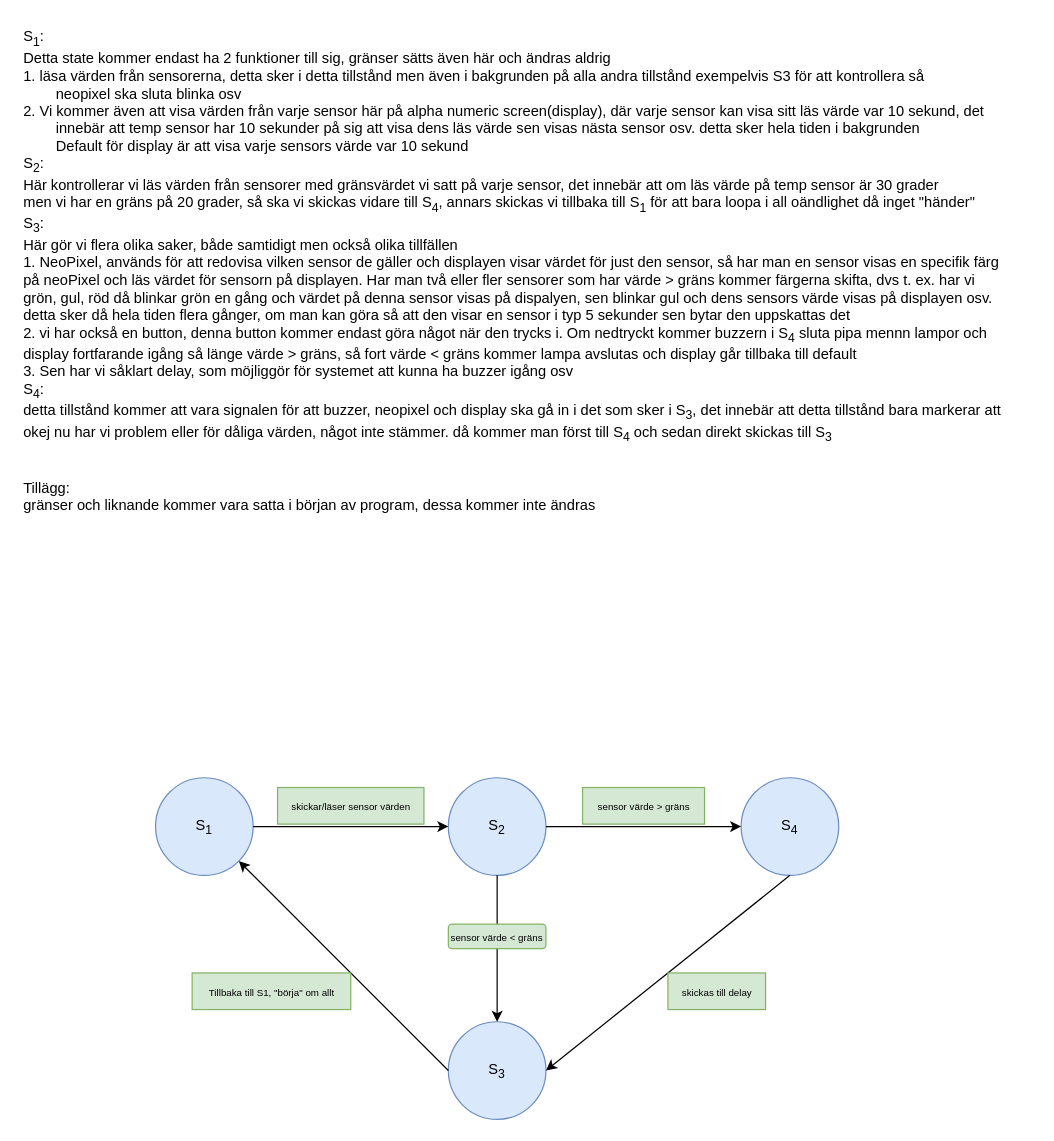
Earlier version of the draw.io diagram docs/Diagram/StateMachine/State Machine 2.0.drawio (Anton-Johannesson/ComputerScience-Project). Source tidied: cells renumbered, new cells numbered last; positions are measured from the earlier drawing's top-left corner, leaving out a move shared by most shapes. Both pictures are drawn from the tidied source at 122%, with x=0, y=0 at pixel (21, 21).
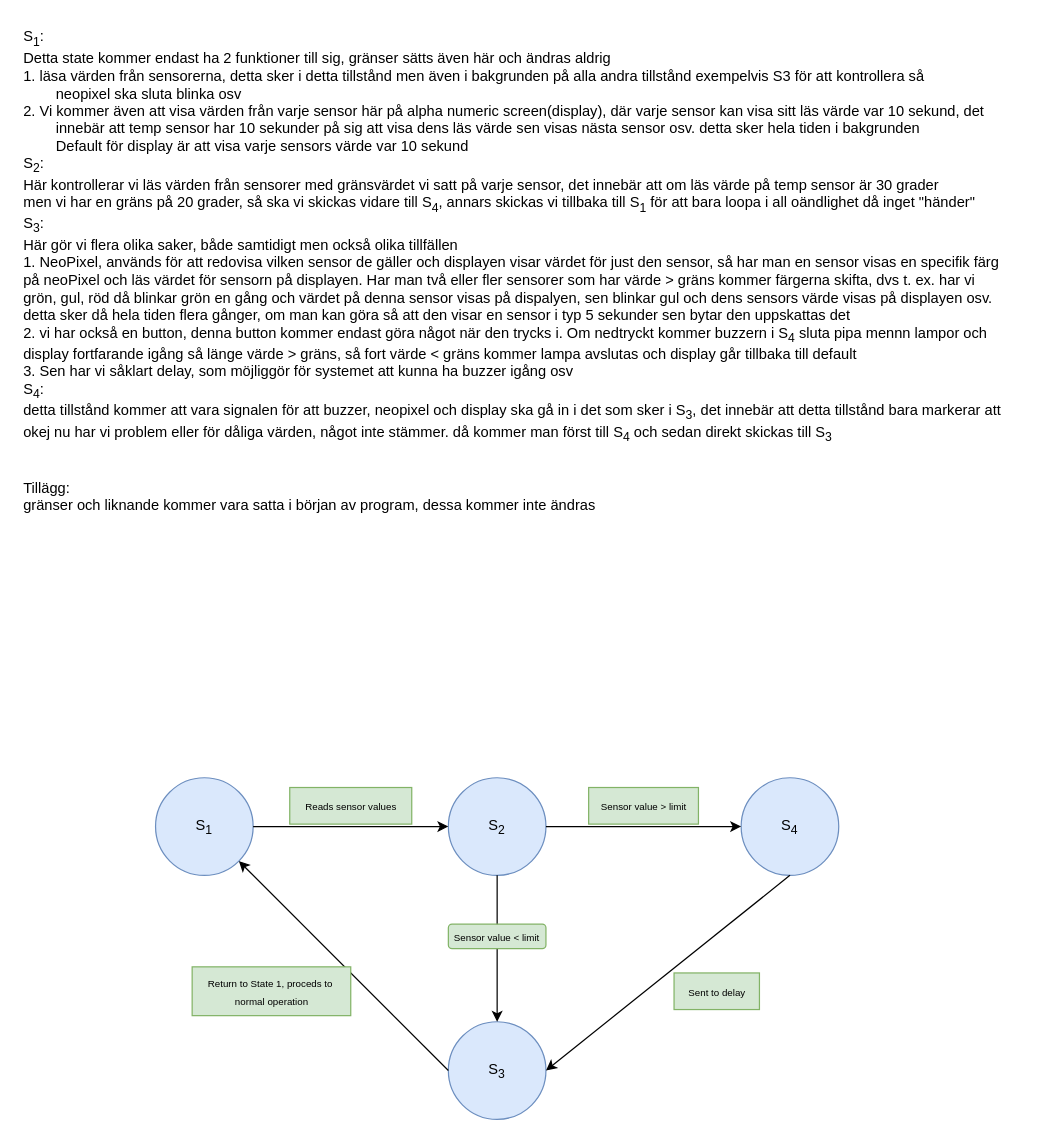
The same diagram, later.

Commit message (it also covers changes not shown here):
SVE to ENG

Diff of the diagram source:
```diff
@@
 <mxGraphModel>
   <root>
     <mxCell id="0" />
     <mxCell id="1" parent="0" />
     <mxCell id="2" value="S&lt;sub&gt;1&lt;/sub&gt;" style="ellipse;whiteSpace=wrap;html=1;fillColor=#dae8fc;strokeColor=#6c8ebf;" parent="1" vertex="1">
       <mxGeometry x="110" y="620" width="80" height="80" as="geometry" />
     </mxCell>
     <mxCell id="3" value="S&lt;sub&gt;2&lt;/sub&gt;" style="ellipse;whiteSpace=wrap;html=1;fillColor=#dae8fc;strokeColor=#6c8ebf;" parent="1" vertex="1">
       <mxGeometry x="350" y="620" width="80" height="80" as="geometry" />
     </mxCell>
     <mxCell id="4" value="S&lt;sub&gt;3&lt;/sub&gt;" style="ellipse;whiteSpace=wrap;html=1;fillColor=#dae8fc;strokeColor=#6c8ebf;" parent="1" vertex="1">
       <mxGeometry x="350" y="820" width="80" height="80" as="geometry" />
     </mxCell>
     <mxCell id="5" value="S&lt;sub&gt;4&lt;/sub&gt;" style="ellipse;whiteSpace=wrap;html=1;fillColor=#dae8fc;strokeColor=#6c8ebf;" parent="1" vertex="1">
       <mxGeometry x="590" y="620" width="80" height="80" as="geometry" />
     </mxCell>
     <mxCell id="6" style="endArrow=classic;html=1;rounded=0;exitX=1;exitY=0.5;exitDx=0;exitDy=0;entryX=0;entryY=0.5;entryDx=0;entryDy=0;" parent="1" edge="1" source="2" target="3">
       <mxGeometry relative="1" as="geometry" />
     </mxCell>
     <mxCell id="7" style="endArrow=classic;html=1;rounded=0;exitX=1;exitY=0.5;exitDx=0;exitDy=0;entryX=0;entryY=0.5;entryDx=0;entryDy=0;" parent="1" edge="1" source="3" target="5">
       <mxGeometry relative="1" as="geometry" />
     </mxCell>
     <mxCell id="8" style="endArrow=classic;html=1;rounded=0;exitX=0;exitY=0.5;exitDx=0;exitDy=0;entryX=1;entryY=1;entryDx=0;entryDy=0;" parent="1" edge="1" source="4" target="2">
       <mxGeometry relative="1" as="geometry" />
     </mxCell>
     <mxCell id="9" style="endArrow=classic;html=1;rounded=0;exitX=0.5;exitY=1;exitDx=0;exitDy=0;entryX=1;entryY=0.5;entryDx=0;entryDy=0;" parent="1" edge="1" source="5" target="4">
       <mxGeometry relative="1" as="geometry" />
     </mxCell>
     <mxCell id="10" value="S&lt;sub&gt;1&lt;/sub&gt;:&lt;div&gt;Detta state kommer endast ha 2 funktioner till sig, gränser sätts även här och ändras aldrig&lt;/div&gt;&lt;div&gt;1. läsa värden från sensorerna, detta sker i detta tillstånd men även i bakgrunden på alla andra tillstånd exempelvis S3 för att kontrollera så&lt;/div&gt;&lt;div&gt;&lt;span style=&quot;white-space: pre;&quot;&gt;&#9;&lt;/span&gt;neopixel ska sluta blinka osv&lt;br&gt;&lt;/div&gt;&lt;div&gt;2. Vi kommer även att visa värden från varje sensor här på alpha numeric screen(display), där varje sensor kan visa sitt läs värde var 10 sekund, det&amp;nbsp;&lt;/div&gt;&lt;div&gt;&lt;span style=&quot;white-space: pre;&quot;&gt;&#9;&lt;/span&gt;innebär att temp sensor har 10 sekunder på sig att visa dens läs värde sen visas nästa sensor osv. detta sker hela tiden i bakgrunden&lt;/div&gt;&lt;div&gt;&lt;span style=&quot;white-space: pre;&quot;&gt;&#9;&lt;/span&gt;Default för display är att visa varje sensors värde var 10 sekund&lt;br&gt;&lt;/div&gt;&lt;div&gt;S&lt;sub&gt;2&lt;/sub&gt;:&lt;/div&gt;&lt;div&gt;Här kontrollerar vi läs värden från sensorer med gränsvärdet vi satt på varje sensor, det innebär att om läs värde på temp sensor är 30 grader&lt;/div&gt;&lt;div&gt;men vi har en gräns på 20 grader, så ska vi skickas vidare till S&lt;sub&gt;4&lt;/sub&gt;, annars skickas vi tillbaka till S&lt;sub&gt;1&lt;/sub&gt; för att bara loopa i all oändlighet då inget &quot;händer&quot;&lt;/div&gt;&lt;div&gt;S&lt;sub&gt;3&lt;/sub&gt;:&lt;/div&gt;&lt;div&gt;Här gör vi flera olika saker, både samtidigt men också olika tillfällen&lt;/div&gt;&lt;div&gt;1. NeoPixel, används för att redovisa vilken sensor de gäller och displayen visar värdet för just den sensor, så har man en sensor visas en specifik färg&lt;/div&gt;&lt;div&gt;på neoPixel och läs värdet för sensorn på displayen. Har man två eller fler sensorer som har värde &amp;gt; gräns kommer färgerna skifta, dvs t. ex. har vi&lt;/div&gt;&lt;div&gt;grön, gul, röd då blinkar grön en gång och värdet på denna sensor visas på dispalyen, sen blinkar gul och dens sensors värde visas på displayen osv.&amp;nbsp;&lt;/div&gt;&lt;div&gt;detta sker då hela tiden flera gånger, om man kan göra så att den visar en sensor i typ 5 sekunder sen bytar den uppskattas det&lt;/div&gt;&lt;div&gt;2. vi har också en button, denna button kommer endast göra något när den trycks i. Om nedtryckt kommer buzzern i S&lt;sub&gt;4&lt;/sub&gt;&amp;nbsp;sluta pipa mennn lampor och&amp;nbsp;&lt;/div&gt;&lt;div&gt;display&amp;nbsp;&lt;span style=&quot;background-color: transparent; color: light-dark(rgb(0, 0, 0), rgb(255, 255, 255));&quot;&gt;fortfarande igång så länge värde &amp;gt; gräns, så fort värde &amp;lt; gräns kommer lampa avslutas och display går tillbaka till default&lt;/span&gt;&lt;/div&gt;&lt;div&gt;3. Sen har vi såklart delay, som möjliggör för systemet att kunna ha buzzer igång osv&amp;nbsp;&lt;/div&gt;&lt;div&gt;S&lt;sub&gt;4&lt;/sub&gt;:&lt;/div&gt;&lt;div&gt;detta tillstånd kommer att vara signalen för att buzzer, neopixel och display ska gå in i det som sker i S&lt;sub&gt;3&lt;/sub&gt;, det innebär att detta tillstånd bara markerar att&amp;nbsp;&lt;/div&gt;&lt;div&gt;okej&amp;nbsp;&lt;span style=&quot;background-color: transparent; color: light-dark(rgb(0, 0, 0), rgb(255, 255, 255));&quot;&gt;nu har vi problem eller för dåliga värden, något inte stämmer. då kommer man först till S&lt;/span&gt;&lt;sub style=&quot;background-color: transparent; color: light-dark(rgb(0, 0, 0), rgb(255, 255, 255));&quot;&gt;4&lt;/sub&gt;&lt;span style=&quot;background-color: transparent; color: light-dark(rgb(0, 0, 0), rgb(255, 255, 255));&quot;&gt; och sedan direkt skickas till S&lt;/span&gt;&lt;sub style=&quot;background-color: transparent; color: light-dark(rgb(0, 0, 0), rgb(255, 255, 255));&quot;&gt;3&lt;/sub&gt;&lt;span style=&quot;background-color: transparent; color: light-dark(rgb(0, 0, 0), rgb(255, 255, 255));&quot;&gt;&amp;nbsp;&amp;nbsp;&lt;/span&gt;&lt;/div&gt;&lt;div&gt;&lt;span style=&quot;background-color: transparent; color: light-dark(rgb(0, 0, 0), rgb(255, 255, 255));&quot;&gt;&lt;br&gt;&lt;/span&gt;&lt;/div&gt;&lt;div&gt;&lt;span style=&quot;background-color: transparent; color: light-dark(rgb(0, 0, 0), rgb(255, 255, 255));&quot;&gt;&lt;br&gt;&lt;/span&gt;&lt;/div&gt;&lt;div&gt;&lt;span style=&quot;background-color: transparent; color: light-dark(rgb(0, 0, 0), rgb(255, 255, 255));&quot;&gt;Tillägg:&lt;/span&gt;&lt;/div&gt;&lt;div&gt;gränser och liknande kommer vara satta i början av program, dessa kommer inte ändras&lt;/div&gt;" style="text;html=1;align=left;verticalAlign=middle;strokeColor=none;fillColor=none;" parent="1" vertex="1">
       <mxGeometry width="830" height="410" as="geometry" />
     </mxCell>
-    <mxCell id="11" value="&lt;font style=&quot;font-size: 8px;&quot;&gt;skickar/läser sensor värden&lt;/font&gt;" style="text;html=1;align=center;verticalAlign=middle;strokeColor=#82b366;fillColor=#d5e8d4;" parent="1" vertex="1">
-      <mxGeometry x="210" y="628" width="120" height="30" as="geometry" />
+    <mxCell id="11" value="&lt;font style=&quot;font-size: 8px;&quot;&gt;Reads sensor values&lt;/font&gt;" style="text;html=1;align=center;verticalAlign=middle;strokeColor=#82b366;fillColor=#d5e8d4;" parent="1" vertex="1">
+      <mxGeometry x="220" y="628" width="100" height="30" as="geometry" />
     </mxCell>
-    <mxCell id="12" value="&lt;font style=&quot;font-size: 8px;&quot;&gt;sensor värde &amp;gt; gräns&lt;/font&gt;" style="text;html=1;align=center;verticalAlign=middle;strokeColor=#82b366;fillColor=#d5e8d4;" parent="1" vertex="1">
-      <mxGeometry x="460" y="628" width="100" height="30" as="geometry" />
+    <mxCell id="12" value="&lt;font style=&quot;font-size: 8px;&quot;&gt;Sensor value &amp;gt; limit&lt;/font&gt;" style="text;html=1;align=center;verticalAlign=middle;strokeColor=#82b366;fillColor=#d5e8d4;" parent="1" vertex="1">
+      <mxGeometry x="465" y="628" width="90" height="30" as="geometry" />
     </mxCell>
-    <mxCell id="13" value="&lt;font style=&quot;font-size: 8px;&quot;&gt;skickas till delay&lt;/font&gt;" style="text;html=1;align=center;verticalAlign=middle;strokeColor=#82b366;fillColor=#d5e8d4;" parent="1" vertex="1">
-      <mxGeometry x="530" y="780" width="80" height="30" as="geometry" />
+    <mxCell id="13" value="&lt;font style=&quot;font-size: 8px;&quot;&gt;Sent to delay&lt;/font&gt;" style="text;html=1;align=center;verticalAlign=middle;strokeColor=#82b366;fillColor=#d5e8d4;" parent="1" vertex="1">
+      <mxGeometry x="535" y="780" width="70" height="30" as="geometry" />
     </mxCell>
-    <mxCell id="14" value="&lt;font style=&quot;font-size: 8px;&quot;&gt;Tillbaka till S1, &quot;börja&quot; om allt&lt;/font&gt;" style="text;html=1;align=center;verticalAlign=middle;strokeColor=#82b366;fillColor=#d5e8d4;" parent="1" vertex="1">
-      <mxGeometry x="140" y="780" width="130" height="30" as="geometry" />
+    <mxCell id="14" value="&lt;font style=&quot;font-size: 8px;&quot;&gt;Return to State 1, proceds to&amp;nbsp;&lt;/font&gt;&lt;div&gt;&lt;font style=&quot;font-size: 8px;&quot;&gt;normal operation&lt;/font&gt;&lt;/div&gt;" style="text;html=1;align=center;verticalAlign=middle;strokeColor=#82b366;fillColor=#d5e8d4;" parent="1" vertex="1">
+      <mxGeometry x="140" y="775" width="130" height="40" as="geometry" />
     </mxCell>
     <mxCell id="15" style="endArrow=classic;html=1;rounded=0;exitX=0.5;exitY=1;exitDx=0;exitDy=0;entryX=0.5;entryY=0;entryDx=0;entryDy=0;" parent="1" edge="1" source="3" target="4">
       <mxGeometry relative="1" as="geometry" />
     </mxCell>
-    <mxCell id="16" value="&lt;font style=&quot;font-size: 8px;&quot;&gt;sensor värde &amp;lt; gräns&lt;/font&gt;" style="rounded=1;whiteSpace=wrap;html=1;fillColor=#d5e8d4;strokeColor=#82b366;" parent="1" vertex="1">
+    <mxCell id="16" value="&lt;font style=&quot;font-size: 8px;&quot;&gt;Sensor value &amp;lt; limit&lt;/font&gt;" style="rounded=1;whiteSpace=wrap;html=1;fillColor=#d5e8d4;strokeColor=#82b366;direction=west;" parent="1" vertex="1">
       <mxGeometry x="350" y="740" width="80" height="20" as="geometry" />
     </mxCell>
   </root>
 </mxGraphModel>
```
